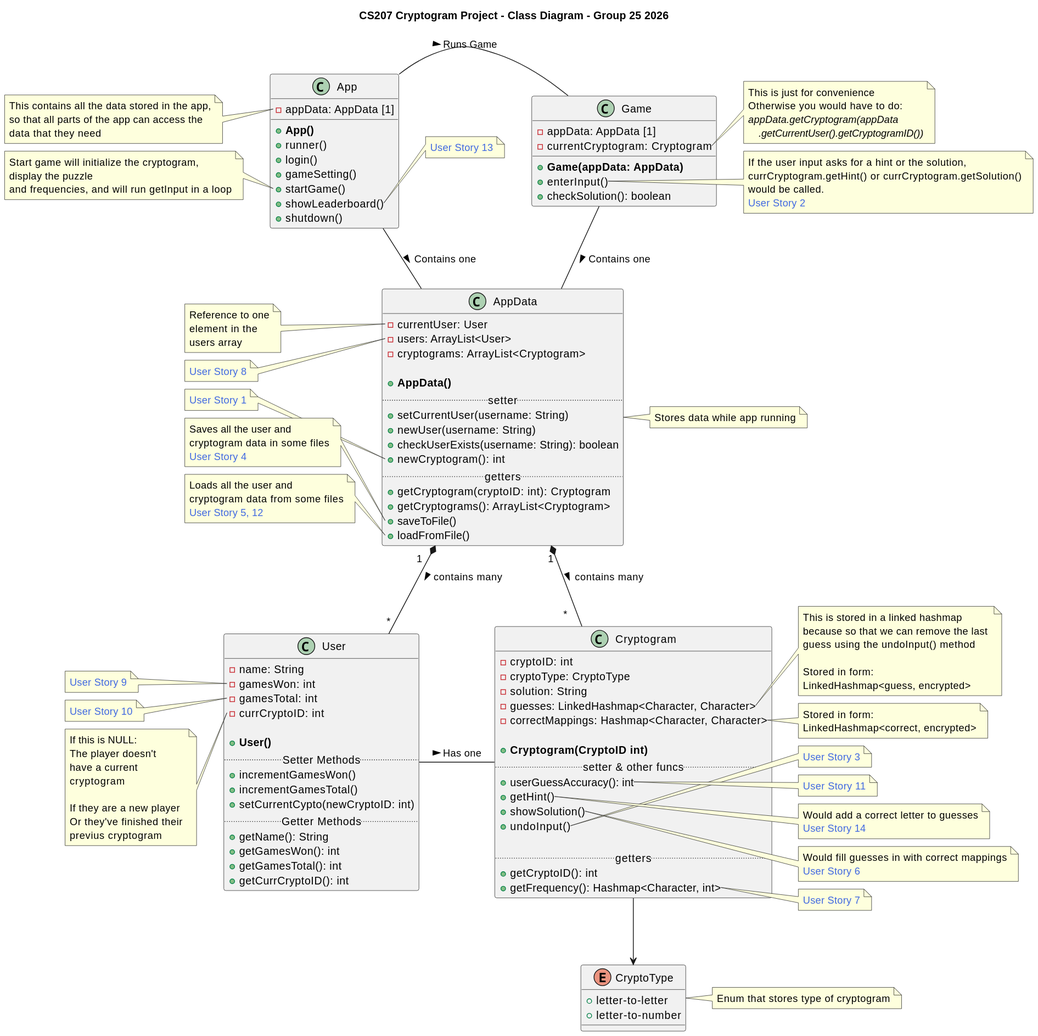
Earlier version of the PlantUML export Class-Diagrams/src/main-CS207 Cryptogram Project - Class Diagram - Group 25 2026.svg (finlaysr/CS207-Cryptograms).
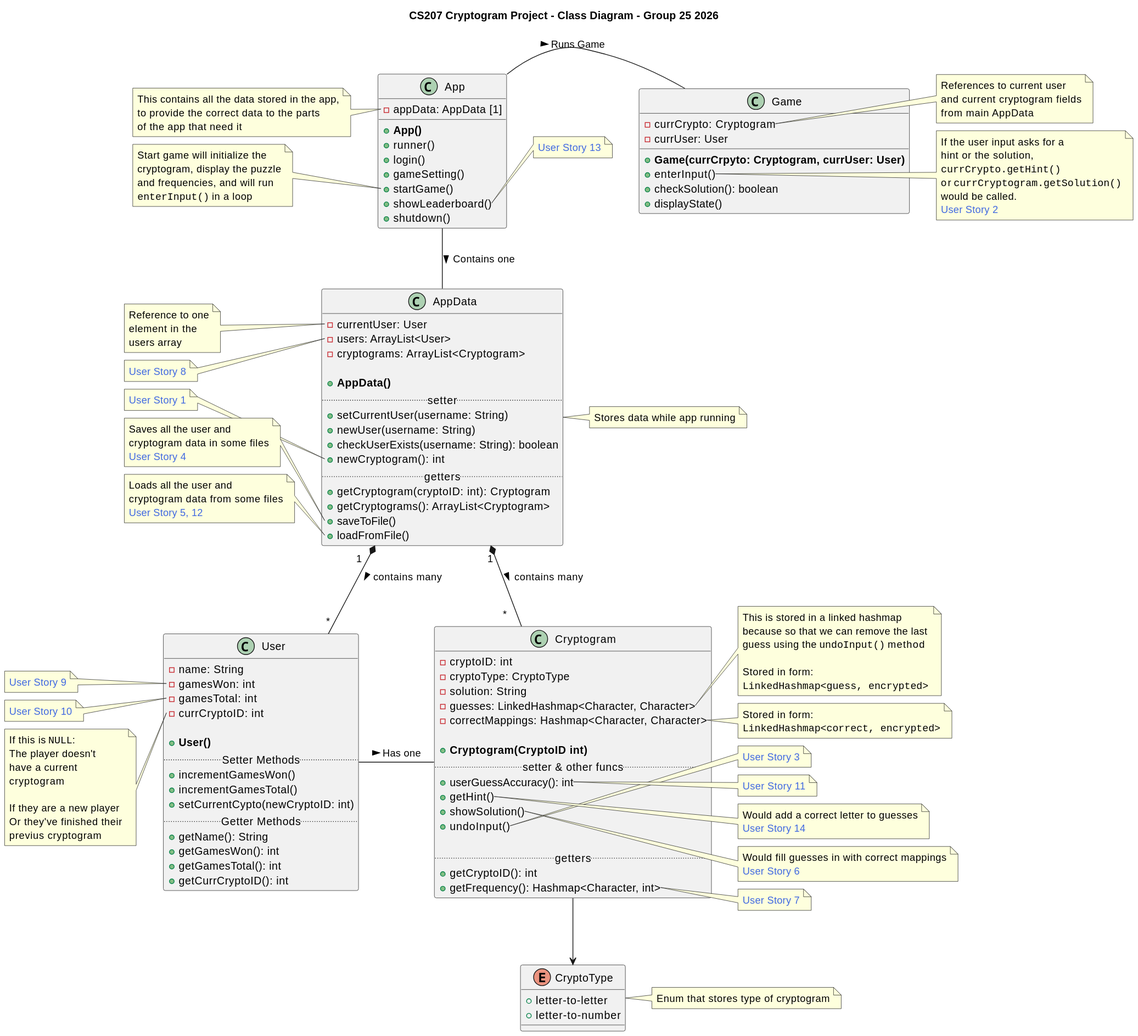
After the commit.

Commit message:
Removed object coupling between App and Game

What changed in the source:
```diff
@@ -20,19 +20,19 @@
 
 note left of App::appData
     This contains all the data stored in the app,
-    so that all parts of the app can access the
-    data that they need
+    to provide the correct data to the parts
+    of the app that need it
 end note
 
 note left of App::startGame
-    Start game will initialize the cryptogram,
-    display the puzzle
-    and frequencies, and will run getInput in a loop
+    Start game will initialize the
+    cryptogram, display the puzzle
+    and frequencies, and will run
+    ""enterInput()"" in a loop
 end note
 
-App - Game: > Runs Game
+App -right- Game: > Runs Game
 App -- AppData: > Contains one
-Game -- AppData: > Contains one
 
 AppData "1" *-- " *    " Cryptogram: > contains many
 AppData "1    " *-- "*" User: > contains many
```
